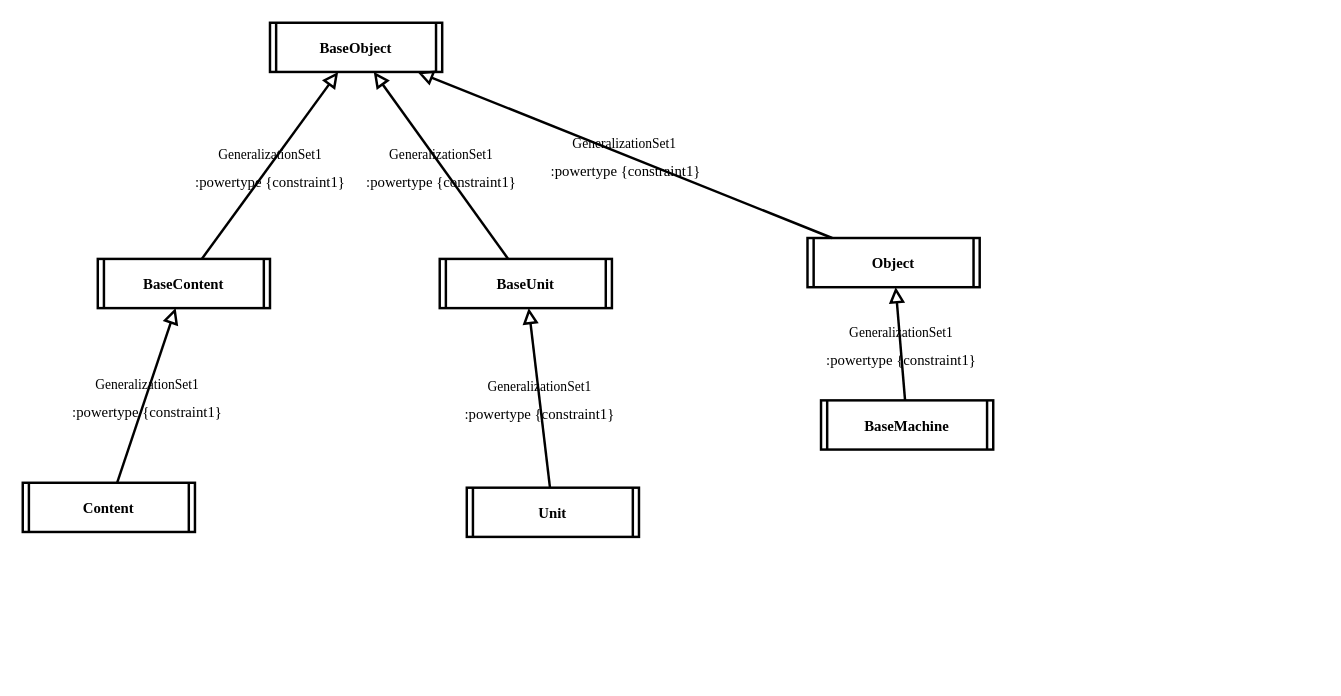
Earlier version of the draw.io diagram page "程序类图" (10 of 12) of Analyse/总体分析框架.drawio (EntelechySystem/EntelechySystem_theory). Source tidied: cells renumbered, new cells numbered last; positions are measured from the earlier drawing's top-left corner, leaving out a move shared by most shapes. Both pictures are drawn from the tidied source at 123%, with x=0, y=0 at pixel (22, 22).
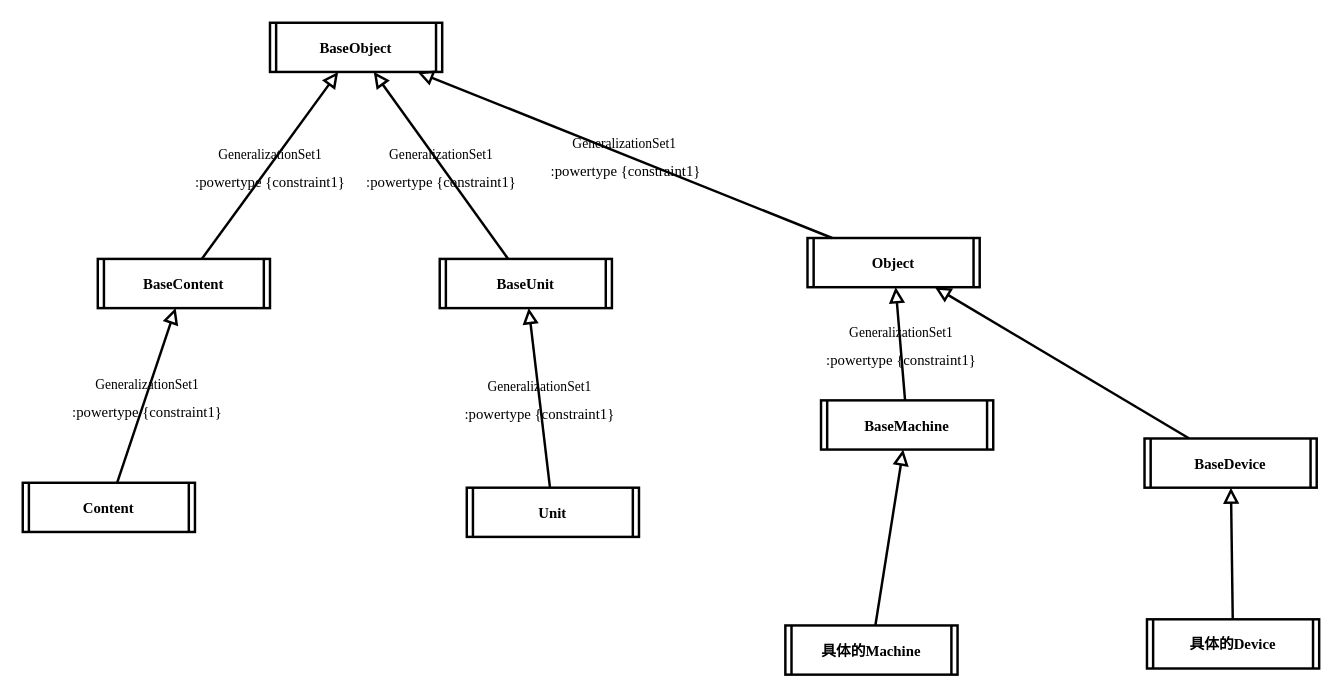
After the change.

The change refers to these unchanged cells:
```xml
<mxCell id="15" value="Object" style="shape=process2;fixedSize=1;size=5;fontStyle=1;fontFamily=Times New Roman;strokeWidth=2;" parent="1" vertex="1">
  <mxGeometry x="638" y="175" width="140" height="40" as="geometry" />
</mxCell>
<mxCell id="18" value="BaseMachine" style="shape=process2;fixedSize=1;size=5;fontStyle=1;fontFamily=Times New Roman;strokeWidth=2;" parent="1" vertex="1">
  <mxGeometry x="649" y="307" width="140" height="40" as="geometry" />
</mxCell>
```

Change to the diagram source:
```diff
@@
+    <mxCell id="21" style="edgeStyle=none;shape=connector;rounded=0;jettySize=auto;html=1;labelBackgroundColor=none;fontFamily=Times New Roman;fontSize=11;fontColor=default;endArrow=block;endFill=0;endSize=8;strokeColor=default;strokeWidth=2;" parent="1" edge="1" source="22" target="15">
+      <mxGeometry relative="1" as="geometry" />
+    </mxCell>
+    <mxCell id="22" value="BaseDevice" style="shape=process2;fixedSize=1;size=5;fontStyle=1;fontFamily=Times New Roman;strokeWidth=2;" parent="1" vertex="1">
+      <mxGeometry x="912" y="338" width="140" height="40" as="geometry" />
+    </mxCell>
+    <mxCell id="23" style="edgeStyle=none;shape=connector;rounded=0;jettySize=auto;html=1;labelBackgroundColor=none;fontFamily=Times New Roman;fontSize=11;fontColor=default;endArrow=block;endFill=0;endSize=8;strokeColor=default;strokeWidth=2;" parent="1" edge="1" source="24" target="18">
+      <mxGeometry relative="1" as="geometry" />
+    </mxCell>
+    <mxCell id="24" value="具体的Machine" style="shape=process2;fixedSize=1;size=5;fontStyle=1;fontFamily=Times New Roman;strokeWidth=2;" parent="1" vertex="1">
+      <mxGeometry x="620" y="490" width="140" height="40" as="geometry" />
+    </mxCell>
+    <mxCell id="25" style="edgeStyle=none;shape=connector;rounded=0;jettySize=auto;html=1;labelBackgroundColor=none;fontFamily=Times New Roman;fontSize=11;fontColor=default;endArrow=block;endFill=0;endSize=8;strokeColor=default;strokeWidth=2;" parent="1" edge="1" source="26" target="22">
+      <mxGeometry relative="1" as="geometry" />
+    </mxCell>
+    <mxCell id="26" value="具体的Device" style="shape=process2;fixedSize=1;size=5;fontStyle=1;fontFamily=Times New Roman;strokeWidth=2;" parent="1" vertex="1">
+      <mxGeometry x="914" y="485" width="140" height="40" as="geometry" />
+    </mxCell>
```
